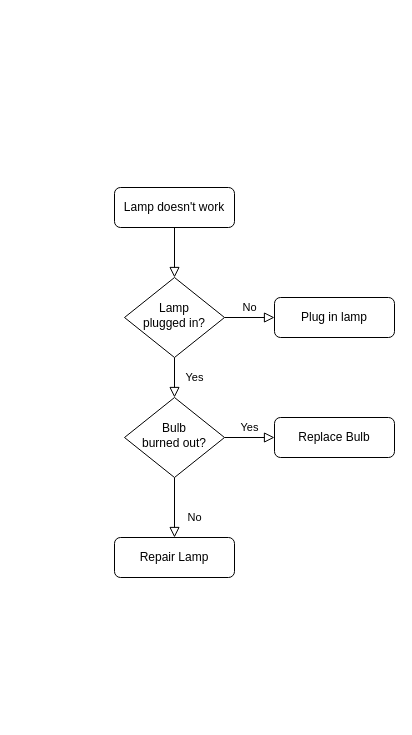
This is Untitled Diagram.drawio from rizkyy12/template_flowchart, a draw.io file, before an edit. Source tidied: cells renumbered, new cells numbered last; positions are measured from the earlier drawing's top-left corner, leaving out a move shared by most shapes. Both pictures are drawn from the tidied source at 100%, with x=0, y=0 at pixel (114, 187).
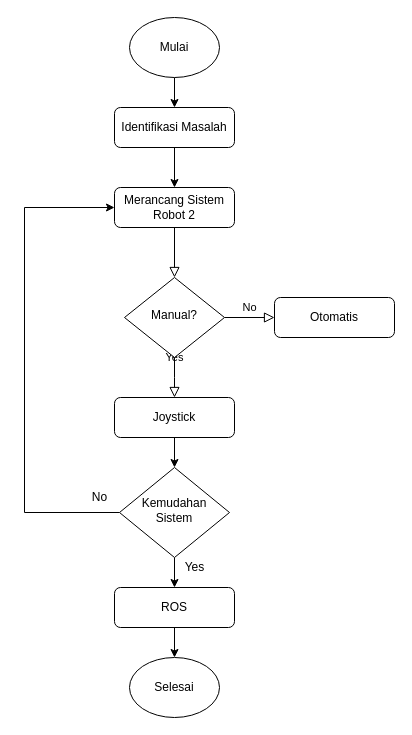
After the change.

The edit, as a diff of the source:
```diff
@@
-    <mxCell id="3" value="Lamp doesn't work" style="rounded=1;whiteSpace=wrap;html=1;fontSize=12;glass=0;strokeWidth=1;shadow=0;" parent="1" vertex="1">
+    <mxCell id="3" value="Merancang Sistem Robot 2" style="rounded=1;whiteSpace=wrap;html=1;fontSize=12;glass=0;strokeWidth=1;shadow=0;" parent="1" vertex="1">
       <mxGeometry width="120" height="40" as="geometry" />
     </mxCell>
-    <mxCell id="4" value="Yes" style="rounded=0;html=1;jettySize=auto;fontSize=11;endArrow=block;endFill=0;endSize=8;strokeWidth=1;shadow=0;labelBackgroundColor=none;edgeStyle=orthogonalEdgeStyle;" parent="1" edge="1" source="6" target="10">
-      <mxGeometry y="20" relative="1" as="geometry" />
+    <mxCell id="4" value="Yes" style="rounded=0;html=1;jettySize=auto;fontSize=11;endArrow=block;endFill=0;endSize=8;strokeWidth=1;shadow=0;labelBackgroundColor=none;edgeStyle=orthogonalEdgeStyle;" parent="1" edge="1" source="6">
+      <mxGeometry y="20" relative="1" as="geometry">
+        <mxPoint x="60" y="210" as="targetPoint" />
+      </mxGeometry>
     </mxCell>
@@
-    <mxCell id="6" value="Lamp&lt;br&gt;plugged in?" style="rhombus;whiteSpace=wrap;html=1;shadow=0;fontFamily=Helvetica;fontSize=12;align=center;strokeWidth=1;spacing=6;spacingTop=-4;" parent="1" vertex="1">
+    <mxCell id="6" value="Manual?" style="rhombus;whiteSpace=wrap;html=1;shadow=0;fontFamily=Helvetica;fontSize=12;align=center;strokeWidth=1;spacing=6;spacingTop=-4;" parent="1" vertex="1">
       <mxGeometry x="10" y="90" width="100" height="80" as="geometry" />
     </mxCell>
-    <mxCell id="7" value="Plug in lamp" style="rounded=1;whiteSpace=wrap;html=1;fontSize=12;glass=0;strokeWidth=1;shadow=0;" parent="1" vertex="1">
+    <mxCell id="7" value="Otomatis" style="rounded=1;whiteSpace=wrap;html=1;fontSize=12;glass=0;strokeWidth=1;shadow=0;" parent="1" vertex="1">
       <mxGeometry x="160" y="110" width="120" height="40" as="geometry" />
     </mxCell>
+    <mxCell id="13" style="edgeStyle=orthogonalEdgeStyle;rounded=0;jettySize=auto;html=1;entryX=0.5;entryY=0;entryDx=0;entryDy=0;" parent="1" edge="1" source="14" target="16">
+      <mxGeometry relative="1" as="geometry" />
+    </mxCell>
+    <mxCell id="14" value="Mulai" style="ellipse;whiteSpace=wrap;html=1;" parent="1" vertex="1">
+      <mxGeometry x="15" y="-170" width="90" height="60" as="geometry" />
+    </mxCell>
+    <mxCell id="15" style="edgeStyle=orthogonalEdgeStyle;rounded=0;jettySize=auto;html=1;entryX=0.5;entryY=0;entryDx=0;entryDy=0;" parent="1" edge="1" source="16" target="3">
+      <mxGeometry relative="1" as="geometry" />
+    </mxCell>
+    <mxCell id="16" value="Identifikasi Masalah" style="rounded=1;whiteSpace=wrap;html=1;fontSize=12;glass=0;strokeWidth=1;shadow=0;" parent="1" vertex="1">
+      <mxGeometry y="-80" width="120" height="40" as="geometry" />
+    </mxCell>
+    <mxCell id="17" style="edgeStyle=orthogonalEdgeStyle;rounded=0;jettySize=auto;html=1;exitX=0.5;exitY=1;exitDx=0;exitDy=0;entryX=0.5;entryY=0;entryDx=0;entryDy=0;" parent="1" edge="1" source="18" target="22">
+      <mxGeometry relative="1" as="geometry" />
+    </mxCell>
+    <mxCell id="18" value="Joystick" style="rounded=1;whiteSpace=wrap;html=1;fontSize=12;glass=0;strokeWidth=1;shadow=0;" parent="1" vertex="1">
+      <mxGeometry y="210" width="120" height="40" as="geometry" />
+    </mxCell>
+    <mxCell id="19" value="Selesai" style="ellipse;whiteSpace=wrap;html=1;" parent="1" vertex="1">
+      <mxGeometry x="15" y="470" width="90" height="60" as="geometry" />
+    </mxCell>
+    <mxCell id="20" style="edgeStyle=orthogonalEdgeStyle;rounded=0;jettySize=auto;html=1;exitX=0.5;exitY=1;exitDx=0;exitDy=0;entryX=0.5;entryY=0;entryDx=0;entryDy=0;" parent="1" edge="1" source="22" target="24">
+      <mxGeometry relative="1" as="geometry" />
+    </mxCell>
+    <mxCell id="21" style="edgeStyle=orthogonalEdgeStyle;rounded=0;jettySize=auto;html=1;entryX=0;entryY=0.5;entryDx=0;entryDy=0;" parent="1" edge="1" source="22" target="3">
+      <mxGeometry relative="1" as="geometry">
+        <Array as="points">
+          <mxPoint x="-90" y="325" />
+          <mxPoint x="-90" y="20" />
+        </Array>
+      </mxGeometry>
+    </mxCell>
+    <mxCell id="22" value="Kemudahan Sistem" style="rhombus;whiteSpace=wrap;html=1;shadow=0;fontFamily=Helvetica;fontSize=12;align=center;strokeWidth=1;spacing=6;spacingTop=-4;" parent="1" vertex="1">
+      <mxGeometry x="5" y="280" width="110" height="90" as="geometry" />
+    </mxCell>
+    <mxCell id="23" style="edgeStyle=orthogonalEdgeStyle;rounded=0;jettySize=auto;html=1;exitX=0.5;exitY=1;exitDx=0;exitDy=0;entryX=0.5;entryY=0;entryDx=0;entryDy=0;" parent="1" edge="1" source="24" target="19">
+      <mxGeometry relative="1" as="geometry" />
+    </mxCell>
+    <mxCell id="24" value="ROS" style="rounded=1;whiteSpace=wrap;html=1;fontSize=12;glass=0;strokeWidth=1;shadow=0;" parent="1" vertex="1">
+      <mxGeometry y="400" width="120" height="40" as="geometry" />
+    </mxCell>
+    <mxCell id="9" value="Yes" style="text;html=1;align=center;verticalAlign=middle;strokeColor=none;fillColor=none;" parent="1" vertex="1">
+      <mxGeometry x="60" y="370" width="40" height="20" as="geometry" />
+    </mxCell>
-    <mxCell id="8" value="No" style="rounded=0;html=1;jettySize=auto;fontSize=11;endArrow=block;endFill=0;endSize=8;strokeWidth=1;shadow=0;labelBackgroundColor=none;edgeStyle=orthogonalEdgeStyle;" parent="1" edge="1" source="10" target="11">
-      <mxGeometry x="0.33" y="20" relative="1" as="geometry" />
+    <mxCell id="8" value="No" style="text;html=1;align=center;verticalAlign=middle;strokeColor=none;fillColor=none;" parent="1" vertex="1">
+      <mxGeometry x="-30" y="300" width="30" height="20" as="geometry" />
     </mxCell>
-    <mxCell id="9" value="Yes" style="edgeStyle=orthogonalEdgeStyle;rounded=0;html=1;jettySize=auto;fontSize=11;endArrow=block;endFill=0;endSize=8;strokeWidth=1;shadow=0;labelBackgroundColor=none;" parent="1" edge="1" source="10" target="12">
-      <mxGeometry y="10" relative="1" as="geometry" />
-    </mxCell>
-    <mxCell id="10" value="Bulb&lt;br&gt;burned out?" style="rhombus;whiteSpace=wrap;html=1;shadow=0;fontFamily=Helvetica;fontSize=12;align=center;strokeWidth=1;spacing=6;spacingTop=-4;" parent="1" vertex="1">
-      <mxGeometry x="10" y="210" width="100" height="80" as="geometry" />
-    </mxCell>
-    <mxCell id="11" value="Repair Lamp" style="rounded=1;whiteSpace=wrap;html=1;fontSize=12;glass=0;strokeWidth=1;shadow=0;" parent="1" vertex="1">
-      <mxGeometry y="350" width="120" height="40" as="geometry" />
-    </mxCell>
-    <mxCell id="12" value="Replace Bulb" style="rounded=1;whiteSpace=wrap;html=1;fontSize=12;glass=0;strokeWidth=1;shadow=0;" parent="1" vertex="1">
-      <mxGeometry x="160" y="230" width="120" height="40" as="geometry" />
-    </mxCell>
```
